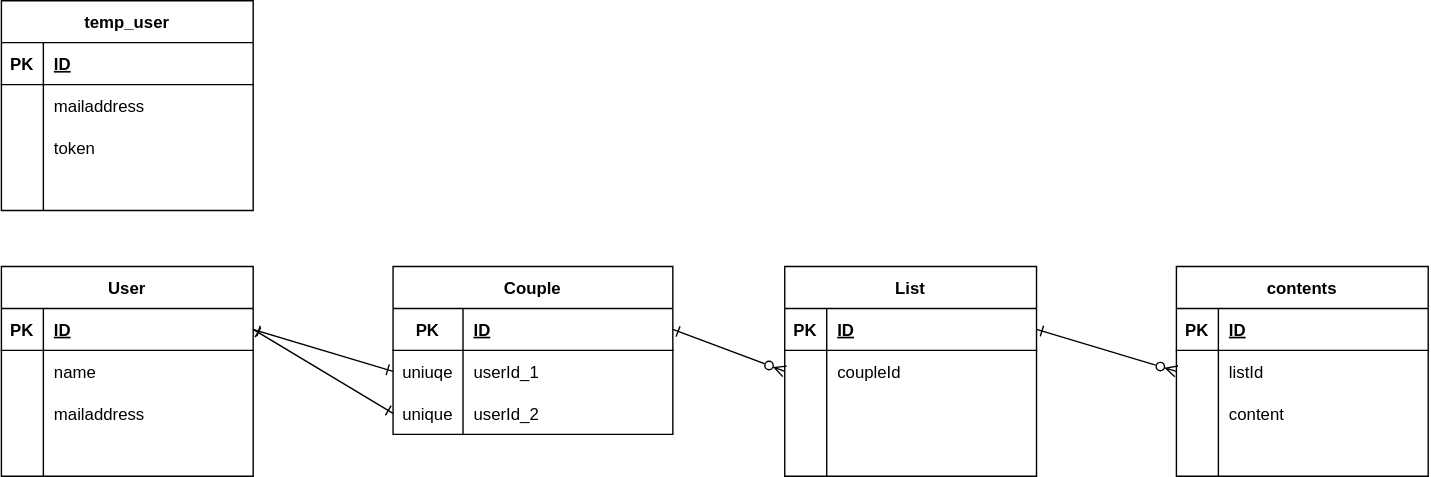
This is backend/db.drawio.svg from exchange-wata/SweetheartSuite, a draw.io export, as it was before one commit. Source tidied: cells renumbered, new cells last; positions are measured from the earlier drawing's top-left corner, leaving out a move shared by most shapes.
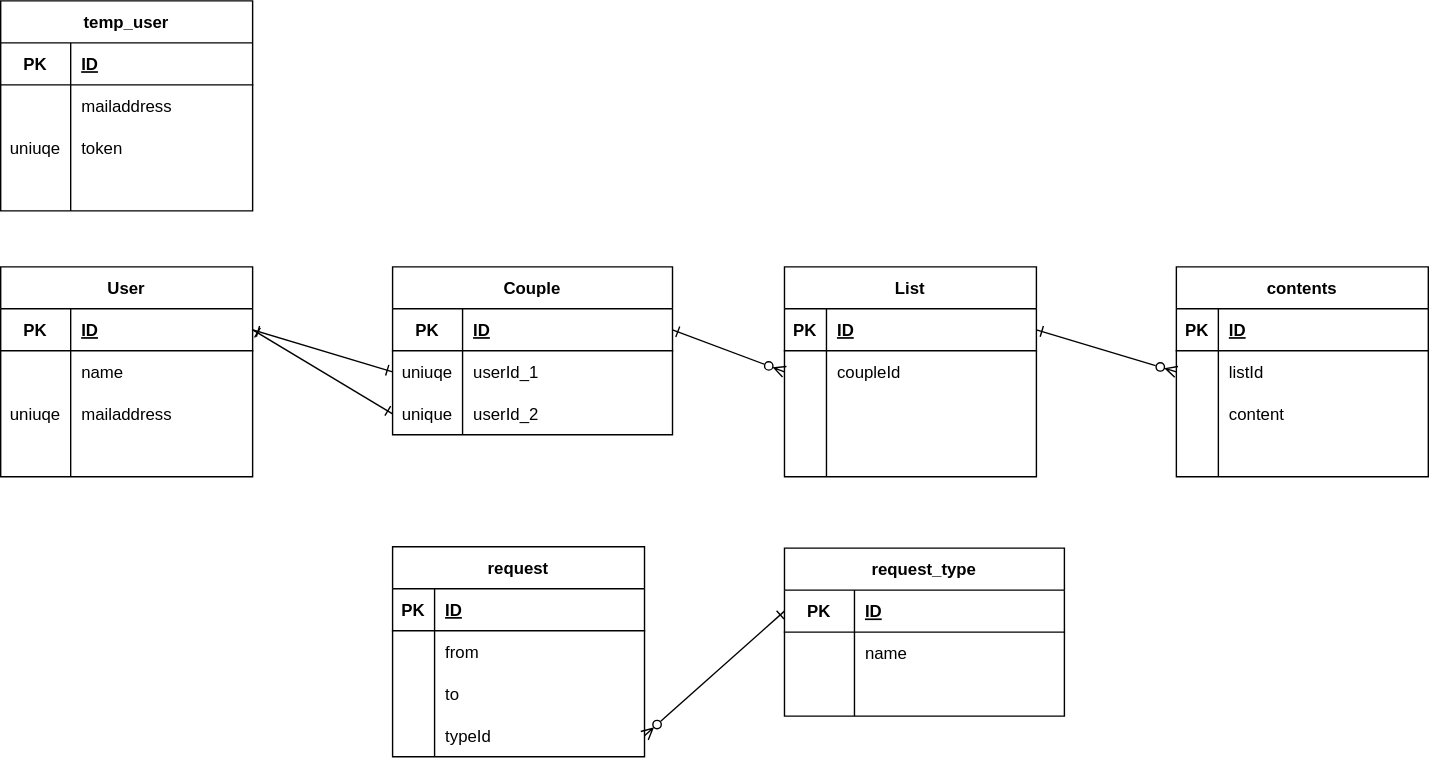
Above is the later version.

The edit, as a diff of the source:
```diff
@@ -9,37 +9,37 @@
       <mxGeometry y="30" width="180" height="30" as="geometry" />
     </mxCell>
     <mxCell id="4" value="PK" style="shape=partialRectangle;fillColor=none;top=0;left=0;bottom=0;right=0;fontStyle=1;overflow=hidden;" parent="3" vertex="1">
-      <mxGeometry width="30" height="30" as="geometry" />
+      <mxGeometry width="50" height="30" as="geometry" />
     </mxCell>
     <mxCell id="5" value="ID" style="shape=partialRectangle;fillColor=none;top=0;left=0;bottom=0;right=0;align=left;spacingLeft=6;fontStyle=5;overflow=hidden;" parent="3" vertex="1">
-      <mxGeometry x="30" width="150" height="30" as="geometry" />
+      <mxGeometry x="50" width="130" height="30" as="geometry" />
     </mxCell>
     <mxCell id="6" style="shape=tableRow;horizontal=0;startSize=0;swimlaneHead=0;swimlaneBody=0;fillColor=none;top=0;left=0;right=0;bottom=0;" parent="2" vertex="1">
       <mxGeometry y="60" width="180" height="30" as="geometry" />
     </mxCell>
     <mxCell id="7" style="shape=partialRectangle;fillColor=none;top=0;left=0;bottom=0;right=0;overflow=hidden;" parent="6" vertex="1">
-      <mxGeometry width="30" height="30" as="geometry" />
+      <mxGeometry width="50" height="30" as="geometry" />
     </mxCell>
     <mxCell id="8" value="name" style="shape=partialRectangle;fillColor=none;top=0;left=0;bottom=0;right=0;align=left;spacingLeft=6;overflow=hidden;" parent="6" vertex="1">
-      <mxGeometry x="30" width="150" height="30" as="geometry" />
+      <mxGeometry x="50" width="130" height="30" as="geometry" />
     </mxCell>
     <mxCell id="9" style="shape=tableRow;horizontal=0;startSize=0;swimlaneHead=0;swimlaneBody=0;fillColor=none;top=0;left=0;right=0;bottom=0;" parent="2" vertex="1">
       <mxGeometry y="90" width="180" height="30" as="geometry" />
     </mxCell>
-    <mxCell id="10" style="shape=partialRectangle;fillColor=none;top=0;left=0;bottom=0;right=0;overflow=hidden;" parent="9" vertex="1">
-      <mxGeometry width="30" height="30" as="geometry" />
+    <mxCell id="10" value="uniuqe" style="shape=partialRectangle;fillColor=none;top=0;left=0;bottom=0;right=0;overflow=hidden;" parent="9" vertex="1">
+      <mxGeometry width="50" height="30" as="geometry" />
     </mxCell>
     <mxCell id="11" value="mailaddress" style="shape=partialRectangle;fillColor=none;top=0;left=0;bottom=0;right=0;align=left;spacingLeft=6;overflow=hidden;" parent="9" vertex="1">
-      <mxGeometry x="30" width="150" height="30" as="geometry" />
+      <mxGeometry x="50" width="130" height="30" as="geometry" />
     </mxCell>
     <mxCell id="12" style="shape=tableRow;horizontal=0;startSize=0;swimlaneHead=0;swimlaneBody=0;fillColor=none;top=0;left=0;right=0;bottom=0;" parent="2" vertex="1">
       <mxGeometry y="120" width="180" height="30" as="geometry" />
     </mxCell>
     <mxCell id="13" style="shape=partialRectangle;fillColor=none;top=0;left=0;bottom=0;right=0;overflow=hidden;" parent="12" vertex="1">
-      <mxGeometry width="30" height="30" as="geometry" />
+      <mxGeometry width="50" height="30" as="geometry" />
     </mxCell>
     <mxCell id="14" style="shape=partialRectangle;fillColor=none;top=0;left=0;bottom=0;right=0;align=left;spacingLeft=6;overflow=hidden;" parent="12" vertex="1">
-      <mxGeometry x="30" width="150" height="30" as="geometry" />
+      <mxGeometry x="50" width="130" height="30" as="geometry" />
     </mxCell>
     <mxCell id="15" value="Couple" style="shape=table;startSize=30;rowLines=0;fontStyle=1;align=center;" parent="1" vertex="1">
       <mxGeometry x="280" y="190" width="200" height="120" as="geometry" />
@@ -168,37 +168,109 @@
       <mxGeometry y="30" width="180" height="30" as="geometry" />
     </mxCell>
     <mxCell id="57" value="PK" style="shape=partialRectangle;fillColor=none;top=0;left=0;bottom=0;right=0;fontStyle=1;overflow=hidden;" parent="56" vertex="1">
-      <mxGeometry width="30" height="30" as="geometry" />
+      <mxGeometry width="50" height="30" as="geometry" />
     </mxCell>
     <mxCell id="58" value="ID" style="shape=partialRectangle;fillColor=none;top=0;left=0;bottom=0;right=0;align=left;spacingLeft=6;fontStyle=5;overflow=hidden;" parent="56" vertex="1">
-      <mxGeometry x="30" width="150" height="30" as="geometry" />
+      <mxGeometry x="50" width="130" height="30" as="geometry" />
     </mxCell>
     <mxCell id="59" style="shape=tableRow;horizontal=0;startSize=0;swimlaneHead=0;swimlaneBody=0;fillColor=none;top=0;left=0;right=0;bottom=0;" parent="55" vertex="1">
       <mxGeometry y="60" width="180" height="30" as="geometry" />
     </mxCell>
     <mxCell id="60" style="shape=partialRectangle;fillColor=none;top=0;left=0;bottom=0;right=0;overflow=hidden;" parent="59" vertex="1">
-      <mxGeometry width="30" height="30" as="geometry" />
+      <mxGeometry width="50" height="30" as="geometry" />
     </mxCell>
     <mxCell id="61" value="mailaddress" style="shape=partialRectangle;fillColor=none;top=0;left=0;bottom=0;right=0;align=left;spacingLeft=6;overflow=hidden;" parent="59" vertex="1">
-      <mxGeometry x="30" width="150" height="30" as="geometry" />
+      <mxGeometry x="50" width="130" height="30" as="geometry" />
     </mxCell>
     <mxCell id="62" style="shape=tableRow;horizontal=0;startSize=0;swimlaneHead=0;swimlaneBody=0;fillColor=none;top=0;left=0;right=0;bottom=0;" parent="55" vertex="1">
       <mxGeometry y="90" width="180" height="30" as="geometry" />
     </mxCell>
-    <mxCell id="63" style="shape=partialRectangle;fillColor=none;top=0;left=0;bottom=0;right=0;overflow=hidden;" parent="62" vertex="1">
-      <mxGeometry width="30" height="30" as="geometry" />
+    <mxCell id="63" value="uniuqe" style="shape=partialRectangle;fillColor=none;top=0;left=0;bottom=0;right=0;overflow=hidden;" parent="62" vertex="1">
+      <mxGeometry width="50" height="30" as="geometry" />
     </mxCell>
     <mxCell id="64" value="token" style="shape=partialRectangle;fillColor=none;top=0;left=0;bottom=0;right=0;align=left;spacingLeft=6;overflow=hidden;" parent="62" vertex="1">
-      <mxGeometry x="30" width="150" height="30" as="geometry" />
+      <mxGeometry x="50" width="130" height="30" as="geometry" />
     </mxCell>
     <mxCell id="65" style="shape=tableRow;horizontal=0;startSize=0;swimlaneHead=0;swimlaneBody=0;fillColor=none;top=0;left=0;right=0;bottom=0;" parent="55" vertex="1">
       <mxGeometry y="120" width="180" height="30" as="geometry" />
     </mxCell>
     <mxCell id="66" style="shape=partialRectangle;fillColor=none;top=0;left=0;bottom=0;right=0;overflow=hidden;" parent="65" vertex="1">
-      <mxGeometry width="30" height="30" as="geometry" />
+      <mxGeometry width="50" height="30" as="geometry" />
     </mxCell>
     <mxCell id="67" style="shape=partialRectangle;fillColor=none;top=0;left=0;bottom=0;right=0;align=left;spacingLeft=6;overflow=hidden;" parent="65" vertex="1">
-      <mxGeometry x="30" width="150" height="30" as="geometry" />
+      <mxGeometry x="50" width="130" height="30" as="geometry" />
     </mxCell>
+    <mxCell id="68" value="request" style="shape=table;startSize=30;rowLines=0;fontStyle=1;align=center;" parent="1" vertex="1">
+      <mxGeometry x="280" y="390" width="180" height="150" as="geometry" />
+    </mxCell>
+    <mxCell id="69" style="shape=tableRow;horizontal=0;startSize=0;swimlaneHead=0;swimlaneBody=0;fillColor=none;top=0;left=0;right=0;bottom=1;" parent="68" vertex="1">
+      <mxGeometry y="30" width="180" height="30" as="geometry" />
+    </mxCell>
+    <mxCell id="70" value="PK" style="shape=partialRectangle;fillColor=none;top=0;left=0;bottom=0;right=0;fontStyle=1;overflow=hidden;" parent="69" vertex="1">
+      <mxGeometry width="30" height="30" as="geometry" />
+    </mxCell>
+    <mxCell id="71" value="ID" style="shape=partialRectangle;fillColor=none;top=0;left=0;bottom=0;right=0;align=left;spacingLeft=6;fontStyle=5;overflow=hidden;" parent="69" vertex="1">
+      <mxGeometry x="30" width="150" height="30" as="geometry" />
+    </mxCell>
+    <mxCell id="72" style="shape=tableRow;horizontal=0;startSize=0;swimlaneHead=0;swimlaneBody=0;fillColor=none;top=0;left=0;right=0;bottom=0;" parent="68" vertex="1">
+      <mxGeometry y="60" width="180" height="30" as="geometry" />
+    </mxCell>
+    <mxCell id="73" style="shape=partialRectangle;fillColor=none;top=0;left=0;bottom=0;right=0;overflow=hidden;" parent="72" vertex="1">
+      <mxGeometry width="30" height="30" as="geometry" />
+    </mxCell>
+    <mxCell id="74" value="from" style="shape=partialRectangle;fillColor=none;top=0;left=0;bottom=0;right=0;align=left;spacingLeft=6;overflow=hidden;" parent="72" vertex="1">
+      <mxGeometry x="30" width="150" height="30" as="geometry" />
+    </mxCell>
+    <mxCell id="75" style="shape=tableRow;horizontal=0;startSize=0;swimlaneHead=0;swimlaneBody=0;fillColor=none;top=0;left=0;right=0;bottom=0;" parent="68" vertex="1">
+      <mxGeometry y="90" width="180" height="30" as="geometry" />
+    </mxCell>
+    <mxCell id="76" style="shape=partialRectangle;fillColor=none;top=0;left=0;bottom=0;right=0;overflow=hidden;" parent="75" vertex="1">
+      <mxGeometry width="30" height="30" as="geometry" />
+    </mxCell>
+    <mxCell id="77" value="to" style="shape=partialRectangle;fillColor=none;top=0;left=0;bottom=0;right=0;align=left;spacingLeft=6;overflow=hidden;" parent="75" vertex="1">
+      <mxGeometry x="30" width="150" height="30" as="geometry" />
+    </mxCell>
+    <mxCell id="78" style="shape=tableRow;horizontal=0;startSize=0;swimlaneHead=0;swimlaneBody=0;fillColor=none;points=[[0,0.5],[1,0.5]];portConstraint=eastwest;top=0;left=0;right=0;bottom=0;" parent="68" vertex="1">
+      <mxGeometry y="120" width="180" height="30" as="geometry" />
+    </mxCell>
+    <mxCell id="79" style="shape=partialRectangle;fillColor=none;top=0;left=0;bottom=0;right=0;overflow=hidden;" parent="78" vertex="1">
+      <mxGeometry width="30" height="30" as="geometry" />
+    </mxCell>
+    <mxCell id="80" value="typeId" style="shape=partialRectangle;fillColor=none;top=0;left=0;bottom=0;right=0;align=left;spacingLeft=6;overflow=hidden;" parent="78" vertex="1">
+      <mxGeometry x="30" width="150" height="30" as="geometry" />
+    </mxCell>
+    <mxCell id="81" value="request_type" style="shape=table;startSize=30;rowLines=0;fontStyle=1;align=center;" parent="1" vertex="1">
+      <mxGeometry x="560" y="391" width="200" height="120" as="geometry" />
+    </mxCell>
+    <mxCell id="82" style="shape=tableRow;horizontal=0;startSize=0;swimlaneHead=0;swimlaneBody=0;fillColor=none;points=[[0,0.5],[1,0.5]];portConstraint=eastwest;top=0;left=0;right=0;bottom=1;" parent="81" vertex="1">
+      <mxGeometry y="30" width="200" height="30" as="geometry" />
+    </mxCell>
+    <mxCell id="83" value="PK" style="shape=partialRectangle;fillColor=none;top=0;left=0;bottom=0;right=0;fontStyle=1;overflow=hidden;" parent="82" vertex="1">
+      <mxGeometry width="50" height="30" as="geometry" />
+    </mxCell>
+    <mxCell id="84" value="ID" style="shape=partialRectangle;fillColor=none;top=0;left=0;bottom=0;right=0;align=left;spacingLeft=6;fontStyle=5;overflow=hidden;" parent="82" vertex="1">
+      <mxGeometry x="50" width="150" height="30" as="geometry" />
+    </mxCell>
+    <mxCell id="85" style="shape=tableRow;horizontal=0;startSize=0;swimlaneHead=0;swimlaneBody=0;fillColor=none;top=0;left=0;right=0;bottom=0;" parent="81" vertex="1">
+      <mxGeometry y="60" width="200" height="30" as="geometry" />
+    </mxCell>
+    <mxCell id="86" style="shape=partialRectangle;fillColor=none;top=0;left=0;bottom=0;right=0;overflow=hidden;" parent="85" vertex="1">
+      <mxGeometry width="50" height="30" as="geometry" />
+    </mxCell>
+    <mxCell id="87" value="name" style="shape=partialRectangle;fillColor=none;top=0;left=0;bottom=0;right=0;align=left;spacingLeft=6;overflow=hidden;" parent="85" vertex="1">
+      <mxGeometry x="50" width="150" height="30" as="geometry" />
+    </mxCell>
+    <mxCell id="88" style="shape=tableRow;horizontal=0;startSize=0;swimlaneHead=0;swimlaneBody=0;fillColor=none;top=0;left=0;right=0;bottom=0;" parent="81" vertex="1">
+      <mxGeometry y="90" width="200" height="30" as="geometry" />
+    </mxCell>
+    <mxCell id="89" style="shape=partialRectangle;fillColor=none;top=0;left=0;bottom=0;right=0;overflow=hidden;" parent="88" vertex="1">
+      <mxGeometry width="50" height="30" as="geometry" />
+    </mxCell>
+    <mxCell id="90" style="shape=partialRectangle;fillColor=none;top=0;left=0;bottom=0;right=0;align=left;spacingLeft=6;overflow=hidden;" parent="88" vertex="1">
+      <mxGeometry x="50" width="150" height="30" as="geometry" />
+    </mxCell>
+    <mxCell id="91" style="edgeStyle=none;html=1;entryX=1;entryY=0.5;entryDx=0;entryDy=0;startArrow=ERone;startFill=0;endArrow=ERzeroToMany;endFill=0;exitX=0;exitY=0.5;exitDx=0;exitDy=0;" parent="1" edge="1" source="82" target="78">
+      <mxGeometry relative="1" as="geometry" />
+    </mxCell>
   </root>
 </mxGraphModel>
```
